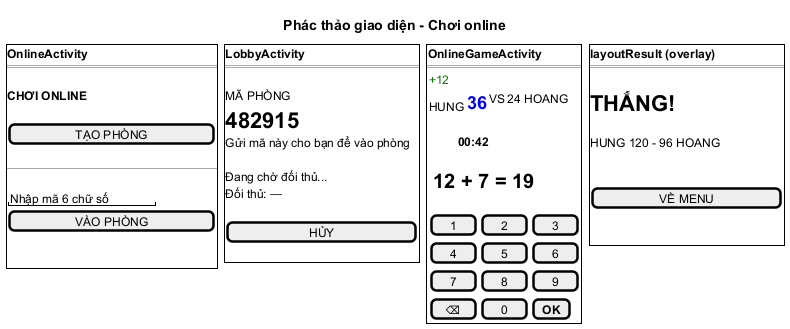
This is docs/hung/giao-dien-uc05.png from HungNguyenBa1811/math-dash, a PlantUML export, as it was before one commit.
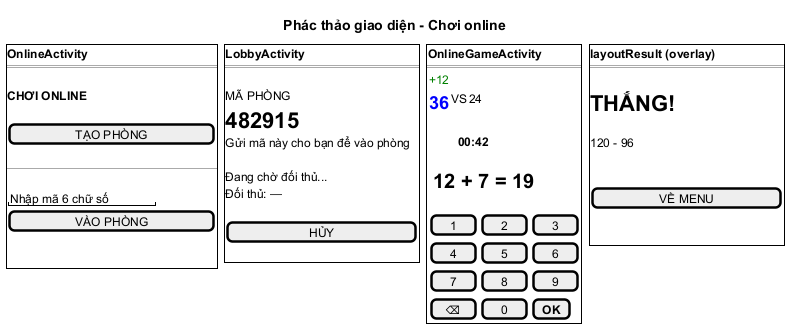
Above is the later version.

What changed in the source:
```diff
@@ -32,7 +32,7 @@
   <b>OnlineGameActivity
   ==
   {  <color:green>+12</color> | . | . }
-  { HUNG <size:18><b><color:blue>36</color></b></size> | VS | 24 HOANG }
+  { <size:18><b><color:blue>36</color></b></size> | VS | 24 }
   .
   <b>         00:42
   .
@@ -48,7 +48,7 @@
   .
   <size:22><b>THẮNG!</b></size>
   .
-  HUNG 120 - 96 HOANG
+  120 - 96
   .
   .
   [        VỀ MENU        ]
```
